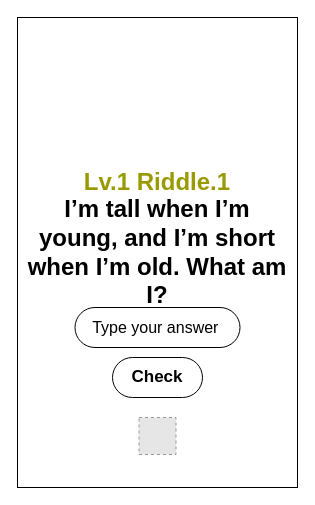
The draw.io diagram Untitled Diagram.drawio in alizaid91/Tic-Tac-Toe-Game, before the edit. Source tidied: cells renumbered, new cells numbered last; positions are measured from the earlier drawing's top-left corner, leaving out a move shared by most shapes. Both pictures are drawn from the tidied source at 100%, with x=0, y=0 at pixel (17, 17). Pictures stored in the file or linked from it are replaced by grey dashed boxes.
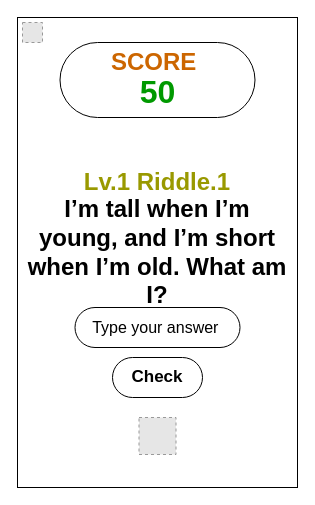
The same diagram, later.

Commit message:
Riddles game layout.drawio

Change to the diagram source:
```diff
@@
 <mxGraphModel>
   <root>
     <mxCell id="0" />
     <mxCell id="1" parent="0" />
     <mxCell id="2" style="rounded=0;whiteSpace=wrap;html=1;" parent="1" vertex="1">
       <mxGeometry width="280" height="470" as="geometry" />
     </mxCell>
     <mxCell id="3" value="I’m tall when I’m young, and I’m short when I’m old. What am I?" style="text;strokeColor=none;align=center;fillColor=none;html=1;verticalAlign=middle;whiteSpace=wrap;rounded=0;shadow=0;fillStyle=solid;fontSize=24;fontStyle=1;" parent="1" vertex="1">
       <mxGeometry x="5" y="208.8" width="270" height="52.5" as="geometry" />
     </mxCell>
     <mxCell id="4" value="Type your answer&amp;nbsp;" style="rounded=1;whiteSpace=wrap;html=1;arcSize=50;fontSize=16;fontStyle=0;" parent="1" vertex="1">
       <mxGeometry x="57.5" y="290" width="165" height="40" as="geometry" />
     </mxCell>
     <mxCell id="5" value="Check" style="rounded=1;whiteSpace=wrap;html=1;labelPosition=center;verticalLabelPosition=middle;align=center;verticalAlign=middle;glass=0;fontStyle=1;fontSize=17;arcSize=50;" parent="1" vertex="1">
       <mxGeometry x="95" y="340" width="90" height="40" as="geometry" />
     </mxCell>
     <mxCell id="6" value="Lv.1 Riddle.1" style="text;strokeColor=none;align=center;fillColor=none;html=1;verticalAlign=middle;whiteSpace=wrap;rounded=0;fontSize=24;fontStyle=1;fontColor=#999900;" parent="1" vertex="1">
       <mxGeometry x="45" y="150" width="190" height="30" as="geometry" />
     </mxCell>
     <mxCell id="7" style="fillColor=#E6E6E6;strokeColor=#999999;dashed=1;html=1;verticalAlign=top;verticalLabelPosition=bottom;labelBackgroundColor=#ffffff;" parent="1" vertex="1">
       <mxGeometry x="121.5" y="400" width="37" height="37" as="geometry" />
     </mxCell>
+    <mxCell id="8" style="rounded=1;whiteSpace=wrap;html=1;arcSize=50;" parent="1" vertex="1">
+      <mxGeometry x="42.5" y="25" width="195" height="75" as="geometry" />
+    </mxCell>
+    <mxCell id="9" value="SCORE&amp;nbsp;" style="text;strokeColor=none;align=center;fillColor=none;html=1;verticalAlign=middle;whiteSpace=wrap;rounded=0;fontSize=24;fontStyle=1;fontColor=#CC6600;" parent="1" vertex="1">
+      <mxGeometry x="110" y="25" width="60" height="40" as="geometry" />
+    </mxCell>
+    <mxCell id="10" value="50" style="text;strokeColor=none;align=center;fillColor=none;html=1;verticalAlign=middle;rounded=0;fontSize=32;fontStyle=1;fontColor=#009900;fontFamily=Helvetica;labelBackgroundColor=default;" parent="1" vertex="1">
+      <mxGeometry x="110" y="60" width="60" height="30" as="geometry" />
+    </mxCell>
+    <mxCell id="11" style="fillColor=#E6E6E6;strokeColor=#999999;dashed=1;html=1;verticalAlign=top;verticalLabelPosition=bottom;labelBackgroundColor=#ffffff;" parent="1" vertex="1">
+      <mxGeometry x="5" y="5" width="20" height="20" as="geometry" />
+    </mxCell>
   </root>
 </mxGraphModel>
```
